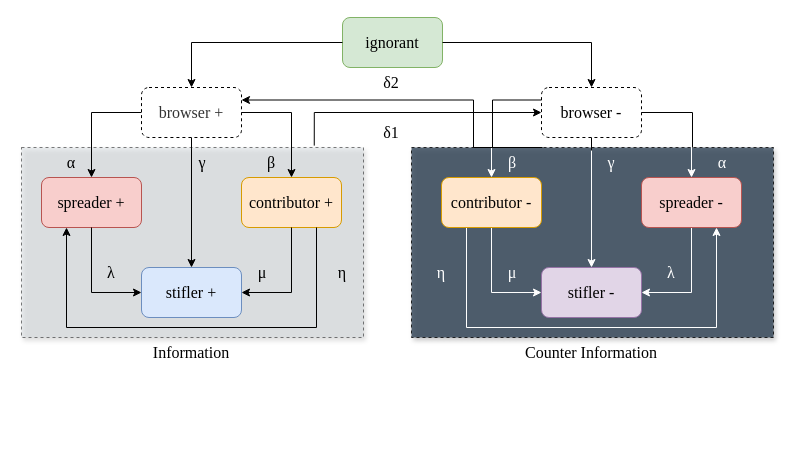
CharmonyShen/text-to-speech keeps this draw.io diagram as Copy of cms.drawio. Above is the earlier version. Source tidied: cells renumbered, new cells numbered last; positions are measured from the earlier drawing's top-left corner, leaving out a move shared by most shapes. Both pictures are drawn from the tidied source at 100%, with x=0, y=0 at pixel (21, 17).
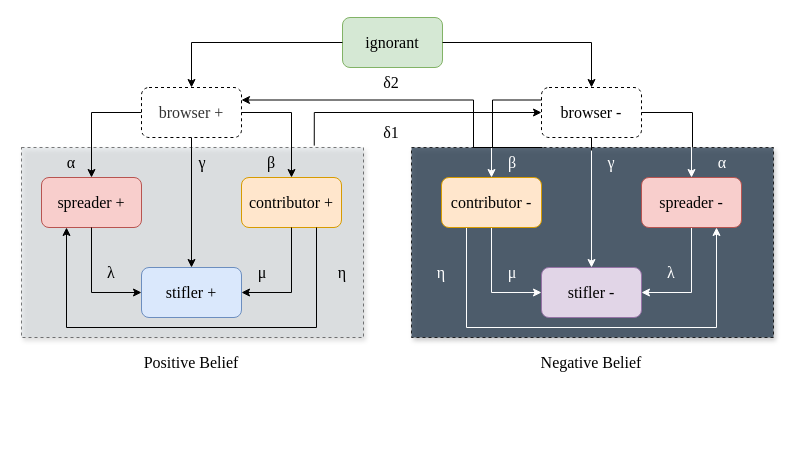
Above is the later version.

Diff of the diagram source:
```diff
@@
-    <mxCell id="28" value="Information" style="text;html=1;strokeColor=none;fillColor=none;align=center;verticalAlign=middle;whiteSpace=wrap;rounded=0;fontFamily=Times New Roman;fontSize=16;" parent="1" vertex="1">
-      <mxGeometry x="140" y="320" width="60" height="30" as="geometry" />
+    <mxCell id="28" value="Positive Belief" style="text;html=1;strokeColor=none;fillColor=none;align=center;verticalAlign=middle;whiteSpace=wrap;rounded=0;fontFamily=Times New Roman;fontSize=16;" parent="1" vertex="1">
+      <mxGeometry x="89" y="330" width="162" height="30" as="geometry" />
     </mxCell>
-    <mxCell id="29" value="Counter Information" style="text;html=1;strokeColor=none;fillColor=none;align=center;verticalAlign=middle;whiteSpace=wrap;rounded=0;fontFamily=Times New Roman;fontSize=16;" parent="1" vertex="1">
-      <mxGeometry x="495" y="320" width="150" height="30" as="geometry" />
+    <mxCell id="29" value="Negative Belief" style="text;html=1;strokeColor=none;fillColor=none;align=center;verticalAlign=middle;whiteSpace=wrap;rounded=0;fontFamily=Times New Roman;fontSize=16;" parent="1" vertex="1">
+      <mxGeometry x="495" y="330" width="150" height="30" as="geometry" />
     </mxCell>
```
